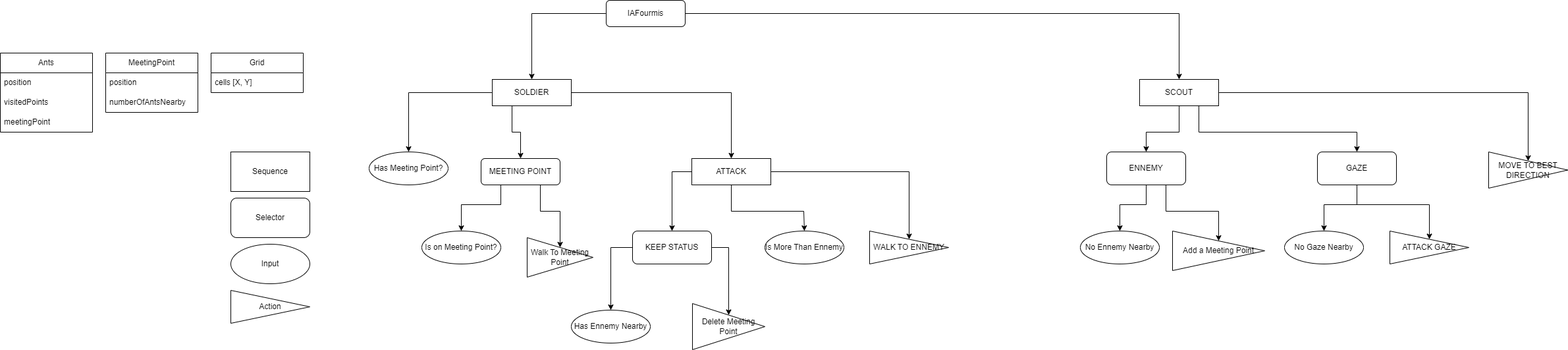
This is IAFourmis.drawio.png from Daxxas/ants_bot, a draw.io export, as it was before one commit. Source tidied: cells renumbered, new cells last; positions are measured from the earlier drawing's top-left corner, leaving out a move shared by most shapes.
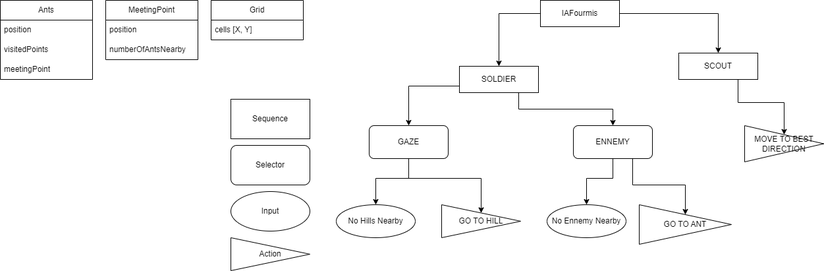
The same file after the commit.

The edit, as a diff of the source:
```diff
@@ -2,135 +2,40 @@
   <root>
     <mxCell id="0" />
     <mxCell id="1" parent="0" />
-    <mxCell id="2" value="IAFourmis" style="rounded=1;whiteSpace=wrap;html=1;" parent="1" vertex="1">
-      <mxGeometry x="920" width="120" height="40" as="geometry" />
+    <mxCell id="2" value="IAFourmis" style="rounded=1;whiteSpace=wrap;html=1;arcSize=0;" parent="1" vertex="1">
+      <mxGeometry x="570" y="70" width="120" height="40" as="geometry" />
     </mxCell>
+    <mxCell id="54" style="edgeStyle=orthogonalEdgeStyle;rounded=0;jettySize=auto;html=1;exitX=0.75;exitY=1;exitDx=0;exitDy=0;" parent="1" edge="1" source="3" target="38">
+      <mxGeometry relative="1" as="geometry" />
+    </mxCell>
+    <mxCell id="55" style="edgeStyle=orthogonalEdgeStyle;rounded=0;jettySize=auto;html=1;exitX=0;exitY=0.75;exitDx=0;exitDy=0;entryX=0.5;entryY=0;entryDx=0;entryDy=0;" parent="1" edge="1" source="3" target="42">
+      <mxGeometry relative="1" as="geometry" />
+    </mxCell>
     <mxCell id="3" value="SOLDIER" style="rounded=1;whiteSpace=wrap;html=1;arcSize=0;" parent="1" vertex="1">
-      <mxGeometry x="747" y="120" width="120" height="40" as="geometry" />
+      <mxGeometry x="447" y="170" width="120" height="40" as="geometry" />
     </mxCell>
     <mxCell id="4" style="endArrow=classic;html=1;rounded=0;exitX=0;exitY=0.5;exitDx=0;exitDy=0;entryX=0.5;entryY=0;entryDx=0;entryDy=0;" parent="1" edge="1" source="2" target="3">
       <mxGeometry relative="1" as="geometry">
         <Array as="points">
-          <mxPoint x="807" y="20" />
+          <mxPoint x="507" y="90" />
         </Array>
       </mxGeometry>
     </mxCell>
-    <mxCell id="5" value="Has Meeting Point?" style="ellipse;whiteSpace=wrap;html=1;" parent="1" vertex="1">
-      <mxGeometry x="560" y="230" width="120" height="50" as="geometry" />
-    </mxCell>
-    <mxCell id="6" style="endArrow=classic;html=1;rounded=0;exitX=0;exitY=0.5;exitDx=0;exitDy=0;entryX=0.5;entryY=0;entryDx=0;entryDy=0;" parent="1" edge="1" source="3" target="5">
-      <mxGeometry relative="1" as="geometry">
-        <Array as="points">
-          <mxPoint x="620" y="140" />
-        </Array>
-      </mxGeometry>
-    </mxCell>
-    <mxCell id="7" value="MEETING POINT" style="rounded=1;whiteSpace=wrap;html=1;" parent="1" vertex="1">
-      <mxGeometry x="730" y="240" width="120" height="40" as="geometry" />
-    </mxCell>
-    <mxCell id="8" style="endArrow=classic;html=1;rounded=0;exitX=0.25;exitY=1;exitDx=0;exitDy=0;entryX=0.5;entryY=0;entryDx=0;entryDy=0;" parent="1" edge="1" source="3" target="7">
-      <mxGeometry relative="1" as="geometry">
-        <Array as="points">
-          <mxPoint x="777" y="200" />
-          <mxPoint x="790" y="200" />
-        </Array>
-      </mxGeometry>
-    </mxCell>
-    <mxCell id="9" value="Is on Meeting Point?" style="ellipse;whiteSpace=wrap;html=1;" parent="1" vertex="1">
-      <mxGeometry x="640" y="350" width="120" height="50" as="geometry" />
-    </mxCell>
-    <mxCell id="10" style="endArrow=classic;html=1;rounded=0;exitX=0.25;exitY=1;exitDx=0;exitDy=0;entryX=0.5;entryY=0;entryDx=0;entryDy=0;" parent="1" edge="1" source="7" target="9">
-      <mxGeometry relative="1" as="geometry">
-        <Array as="points">
-          <mxPoint x="760" y="310" />
-          <mxPoint x="700" y="310" />
-        </Array>
-      </mxGeometry>
-    </mxCell>
-    <mxCell id="11" value="Walk To Meeting Point" style="triangle;whiteSpace=wrap;html=1;" parent="1" vertex="1">
-      <mxGeometry x="800" y="360" width="100" height="60" as="geometry" />
-    </mxCell>
-    <mxCell id="12" style="endArrow=classic;html=1;rounded=0;exitX=0.75;exitY=1;exitDx=0;exitDy=0;entryX=0.5;entryY=0;entryDx=0;entryDy=0;" parent="1" edge="1" source="7" target="11">
-      <mxGeometry relative="1" as="geometry">
-        <Array as="points">
-          <mxPoint x="820" y="320" />
-          <mxPoint x="850" y="320" />
-        </Array>
-      </mxGeometry>
-    </mxCell>
-    <mxCell id="13" value="ATTACK" style="rounded=1;whiteSpace=wrap;html=1;arcSize=0;" parent="1" vertex="1">
-      <mxGeometry x="1050" y="240" width="120" height="40" as="geometry" />
-    </mxCell>
-    <mxCell id="14" style="endArrow=classic;html=1;rounded=0;exitX=1;exitY=0.5;exitDx=0;exitDy=0;entryX=0.5;entryY=0;entryDx=0;entryDy=0;" parent="1" edge="1" source="3" target="13">
-      <mxGeometry relative="1" as="geometry">
-        <Array as="points">
-          <mxPoint x="1110" y="140" />
-        </Array>
-      </mxGeometry>
-    </mxCell>
-    <mxCell id="15" value="KEEP STATUS" style="rounded=1;whiteSpace=wrap;html=1;" parent="1" vertex="1">
-      <mxGeometry x="960" y="350" width="120" height="50" as="geometry" />
-    </mxCell>
-    <mxCell id="16" style="endArrow=classic;html=1;rounded=0;exitX=0;exitY=0.5;exitDx=0;exitDy=0;entryX=0.5;entryY=0;entryDx=0;entryDy=0;" parent="1" edge="1" source="13" target="15">
-      <mxGeometry relative="1" as="geometry">
-        <Array as="points">
-          <mxPoint x="1020" y="260" />
-        </Array>
-      </mxGeometry>
-    </mxCell>
-    <mxCell id="17" value="Has Ennemy Nearby" style="ellipse;whiteSpace=wrap;html=1;" parent="1" vertex="1">
-      <mxGeometry x="867" y="470" width="120" height="50" as="geometry" />
-    </mxCell>
-    <mxCell id="18" style="endArrow=classic;html=1;rounded=0;exitX=0;exitY=0.5;exitDx=0;exitDy=0;entryX=0.5;entryY=0;entryDx=0;entryDy=0;" parent="1" edge="1" source="15" target="17">
-      <mxGeometry relative="1" as="geometry">
-        <Array as="points">
-          <mxPoint x="927" y="375" />
-        </Array>
-      </mxGeometry>
-    </mxCell>
-    <mxCell id="19" value="Delete Meeting Point" style="triangle;whiteSpace=wrap;html=1;" parent="1" vertex="1">
-      <mxGeometry x="1051" y="460" width="110" height="70" as="geometry" />
-    </mxCell>
-    <mxCell id="20" style="endArrow=classic;html=1;rounded=0;exitX=1;exitY=0.5;exitDx=0;exitDy=0;entryX=0.5;entryY=0;entryDx=0;entryDy=0;" parent="1" edge="1" source="15" target="19">
-      <mxGeometry relative="1" as="geometry">
-        <Array as="points">
-          <mxPoint x="1106" y="375" />
-        </Array>
-      </mxGeometry>
-    </mxCell>
-    <mxCell id="21" value="Is More Than Ennemy" style="ellipse;whiteSpace=wrap;html=1;" parent="1" vertex="1">
-      <mxGeometry x="1161" y="350" width="120" height="50" as="geometry" />
-    </mxCell>
-    <mxCell id="22" style="endArrow=classic;html=1;rounded=0;exitX=0.5;exitY=1;exitDx=0;exitDy=0;entryX=0.5;entryY=0;entryDx=0;entryDy=0;" parent="1" edge="1" source="13" target="21">
-      <mxGeometry relative="1" as="geometry">
-        <Array as="points">
-          <mxPoint x="1110" y="320" />
-          <mxPoint x="1220" y="320" />
-        </Array>
-      </mxGeometry>
-    </mxCell>
-    <mxCell id="23" value="WALK TO ENNEMY" style="triangle;whiteSpace=wrap;html=1;" parent="1" vertex="1">
-      <mxGeometry x="1320" y="350" width="120" height="50" as="geometry" />
-    </mxCell>
-    <mxCell id="24" style="endArrow=classic;html=1;rounded=0;exitX=1;exitY=0.5;exitDx=0;exitDy=0;entryX=0.5;entryY=0;entryDx=0;entryDy=0;" parent="1" edge="1" source="13" target="23">
-      <mxGeometry relative="1" as="geometry">
-        <Array as="points">
-          <mxPoint x="1380" y="260" />
-        </Array>
-      </mxGeometry>
-    </mxCell>
+    <mxCell id="49" style="edgeStyle=orthogonalEdgeStyle;rounded=0;jettySize=auto;html=1;exitX=0.75;exitY=1;exitDx=0;exitDy=0;entryX=0.5;entryY=0;entryDx=0;entryDy=0;" parent="1" edge="1" source="25" target="48">
+      <mxGeometry relative="1" as="geometry" />
+    </mxCell>
     <mxCell id="25" value="SCOUT" style="rounded=0;whiteSpace=wrap;html=1;" parent="1" vertex="1">
-      <mxGeometry x="1730" y="120" width="120" height="40" as="geometry" />
+      <mxGeometry x="780" y="150" width="120" height="40" as="geometry" />
     </mxCell>
     <mxCell id="26" style="endArrow=classic;html=1;rounded=0;exitX=1;exitY=0.5;exitDx=0;exitDy=0;entryX=0.5;entryY=0;entryDx=0;entryDy=0;" parent="1" edge="1" source="2" target="25">
       <mxGeometry relative="1" as="geometry">
         <Array as="points">
-          <mxPoint x="1790" y="20" />
+          <mxPoint x="840" y="90" />
         </Array>
       </mxGeometry>
     </mxCell>
     <mxCell id="27" value="Ants" style="swimlane;fontStyle=0;horizontal=1;startSize=30;whiteSpace=wrap;html=1;" parent="1" vertex="1">
-      <mxGeometry y="80" width="140" height="120" as="geometry" />
+      <mxGeometry x="-250" y="70" width="140" height="120" as="geometry" />
     </mxCell>
     <mxCell id="28" value="position" style="text;strokeColor=none;fillColor=none;align=left;verticalAlign=middle;spacingLeft=4;spacingRight=4;overflow=hidden;whiteSpace=wrap;html=1;" parent="27" vertex="1">
       <mxGeometry y="30" width="140" height="30" as="geometry" />
@@ -142,7 +47,7 @@
       <mxGeometry y="90" width="140" height="30" as="geometry" />
     </mxCell>
     <mxCell id="31" value="MeetingPoint" style="swimlane;fontStyle=0;horizontal=1;startSize=30;whiteSpace=wrap;html=1;" parent="1" vertex="1">
-      <mxGeometry x="160" y="80" width="140" height="90" as="geometry" />
+      <mxGeometry x="-90" y="70" width="140" height="90" as="geometry" />
     </mxCell>
     <mxCell id="32" value="position" style="text;strokeColor=none;fillColor=none;align=left;verticalAlign=middle;spacingLeft=4;spacingRight=4;overflow=hidden;whiteSpace=wrap;html=1;" parent="31" vertex="1">
       <mxGeometry y="30" width="140" height="30" as="geometry" />
@@ -151,98 +56,75 @@
       <mxGeometry y="60" width="140" height="30" as="geometry" />
     </mxCell>
     <mxCell id="34" value="Grid" style="swimlane;fontStyle=0;horizontal=1;startSize=30;whiteSpace=wrap;html=1;" parent="1" vertex="1">
-      <mxGeometry x="320" y="80" width="140" height="60" as="geometry" />
+      <mxGeometry x="70" y="70" width="140" height="60" as="geometry" />
     </mxCell>
     <mxCell id="35" value="cells [X, Y]" style="text;strokeColor=none;fillColor=none;align=left;verticalAlign=middle;spacingLeft=4;spacingRight=4;overflow=hidden;whiteSpace=wrap;html=1;" parent="34" vertex="1">
       <mxGeometry y="30" width="140" height="30" as="geometry" />
     </mxCell>
-    <mxCell id="36" value="No Ennemy Nearby" style="ellipse;whiteSpace=wrap;html=1;" parent="1" vertex="1">
-      <mxGeometry x="1640" y="350" width="120" height="50" as="geometry" />
-    </mxCell>
-    <mxCell id="37" style="endArrow=classic;html=1;rounded=0;entryX=0.5;entryY=0;entryDx=0;entryDy=0;exitX=0.5;exitY=1;exitDx=0;exitDy=0;" parent="1" edge="1" source="38" target="36">
-      <mxGeometry relative="1" as="geometry">
-        <Array as="points">
-          <mxPoint x="1740" y="310" />
-          <mxPoint x="1700" y="310" />
-        </Array>
-      </mxGeometry>
-    </mxCell>
-    <mxCell id="38" value="ENNEMY" style="rounded=1;whiteSpace=wrap;html=1;" parent="1" vertex="1">
-      <mxGeometry x="1680" y="230" width="120" height="50" as="geometry" />
-    </mxCell>
-    <mxCell id="39" value="Add a Meeting Point" style="triangle;whiteSpace=wrap;html=1;" parent="1" vertex="1">
-      <mxGeometry x="1780" y="350" width="140" height="60" as="geometry" />
-    </mxCell>
-    <mxCell id="40" style="endArrow=classic;html=1;rounded=0;exitX=0.75;exitY=1;exitDx=0;exitDy=0;entryX=0.5;entryY=0;entryDx=0;entryDy=0;" parent="1" edge="1" source="38" target="39">
-      <mxGeometry relative="1" as="geometry">
-        <Array as="points">
-          <mxPoint x="1770" y="320" />
-          <mxPoint x="1850" y="320" />
-        </Array>
-      </mxGeometry>
-    </mxCell>
-    <mxCell id="41" style="endArrow=classic;html=1;rounded=0;exitX=0.5;exitY=1;exitDx=0;exitDy=0;entryX=0.5;entryY=0;entryDx=0;entryDy=0;" parent="1" edge="1" source="25" target="38">
-      <mxGeometry relative="1" as="geometry">
-        <Array as="points">
-          <mxPoint x="1790" y="200" />
-          <mxPoint x="1740" y="200" />
-        </Array>
-      </mxGeometry>
-    </mxCell>
-    <mxCell id="42" value="GAZE" style="rounded=1;whiteSpace=wrap;html=1;" parent="1" vertex="1">
-      <mxGeometry x="2000" y="230" width="120" height="50" as="geometry" />
-    </mxCell>
-    <mxCell id="43" value="No Gaze Nearby" style="ellipse;whiteSpace=wrap;html=1;" parent="1" vertex="1">
-      <mxGeometry x="1950" y="350" width="120" height="50" as="geometry" />
-    </mxCell>
-    <mxCell id="44" value="ATTACK GAZE" style="triangle;whiteSpace=wrap;html=1;" parent="1" vertex="1">
-      <mxGeometry x="2110" y="350" width="120" height="50" as="geometry" />
-    </mxCell>
-    <mxCell id="45" style="endArrow=classic;html=1;rounded=0;exitX=0.5;exitY=1;exitDx=0;exitDy=0;entryX=0.5;entryY=0;entryDx=0;entryDy=0;" parent="1" edge="1" source="42" target="43">
-      <mxGeometry relative="1" as="geometry">
-        <Array as="points">
-          <mxPoint x="2060" y="310" />
-          <mxPoint x="2010" y="310" />
-        </Array>
-      </mxGeometry>
-    </mxCell>
-    <mxCell id="46" style="endArrow=classic;html=1;rounded=0;exitX=0.5;exitY=1;exitDx=0;exitDy=0;entryX=0.5;entryY=0;entryDx=0;entryDy=0;" parent="1" edge="1" source="42" target="44">
-      <mxGeometry relative="1" as="geometry">
-        <Array as="points">
-          <mxPoint x="2060" y="310" />
-          <mxPoint x="2170" y="310" />
-        </Array>
-      </mxGeometry>
-    </mxCell>
-    <mxCell id="47" style="endArrow=classic;html=1;rounded=0;exitX=0.75;exitY=1;exitDx=0;exitDy=0;entryX=0.5;entryY=0;entryDx=0;entryDy=0;" parent="1" edge="1" source="25" target="42">
-      <mxGeometry relative="1" as="geometry">
-        <Array as="points">
-          <mxPoint x="1820" y="200" />
-          <mxPoint x="2060" y="200" />
-        </Array>
-      </mxGeometry>
-    </mxCell>
     <mxCell id="48" value="MOVE TO BEST DIRECTION" style="triangle;whiteSpace=wrap;html=1;" parent="1" vertex="1">
-      <mxGeometry x="2260" y="230" width="120" height="55" as="geometry" />
+      <mxGeometry x="880" y="260" width="120" height="55" as="geometry" />
     </mxCell>
-    <mxCell id="49" style="endArrow=classic;html=1;rounded=0;exitX=1;exitY=0.5;exitDx=0;exitDy=0;entryX=0.5;entryY=0;entryDx=0;entryDy=0;" parent="1" edge="1" source="25" target="48">
-      <mxGeometry relative="1" as="geometry">
-        <Array as="points">
-          <mxPoint x="2320" y="140" />
-        </Array>
-      </mxGeometry>
-    </mxCell>
     <mxCell id="50" value="Sequence" style="rounded=0;whiteSpace=wrap;html=1;" parent="1" vertex="1">
-      <mxGeometry x="350" y="230" width="120" height="60" as="geometry" />
+      <mxGeometry x="100" y="220" width="120" height="60" as="geometry" />
     </mxCell>
     <mxCell id="51" value="Selector" style="rounded=1;whiteSpace=wrap;html=1;" parent="1" vertex="1">
-      <mxGeometry x="350" y="300" width="120" height="60" as="geometry" />
+      <mxGeometry x="100" y="290" width="120" height="60" as="geometry" />
     </mxCell>
     <mxCell id="52" value="Input" style="ellipse;whiteSpace=wrap;html=1;" parent="1" vertex="1">
-      <mxGeometry x="350" y="370" width="120" height="60" as="geometry" />
+      <mxGeometry x="100" y="360" width="120" height="60" as="geometry" />
     </mxCell>
     <mxCell id="53" value="Action" style="triangle;whiteSpace=wrap;html=1;" parent="1" vertex="1">
-      <mxGeometry x="350" y="440" width="120" height="50" as="geometry" />
+      <mxGeometry x="100" y="430" width="120" height="50" as="geometry" />
     </mxCell>
+    <mxCell id="42" value="GAZE" style="rounded=1;whiteSpace=wrap;html=1;" parent="1" vertex="1">
+      <mxGeometry x="310" y="260" width="120" height="50" as="geometry" />
+    </mxCell>
+    <mxCell id="56" value="No Hills Nearby" style="ellipse;whiteSpace=wrap;html=1;" parent="1" vertex="1">
+      <mxGeometry x="260" y="380" width="120" height="50" as="geometry" />
+    </mxCell>
+    <mxCell id="57" value="GO TO HILL" style="triangle;whiteSpace=wrap;html=1;" parent="1" vertex="1">
+      <mxGeometry x="420" y="380" width="120" height="50" as="geometry" />
+    </mxCell>
+    <mxCell id="58" style="endArrow=classic;html=1;rounded=0;exitX=0.5;exitY=1;exitDx=0;exitDy=0;entryX=0.5;entryY=0;entryDx=0;entryDy=0;" parent="1" edge="1" source="42" target="56">
+      <mxGeometry relative="1" as="geometry">
+        <Array as="points">
+          <mxPoint x="370" y="340" />
+          <mxPoint x="320" y="340" />
+        </Array>
+      </mxGeometry>
+    </mxCell>
+    <mxCell id="59" style="endArrow=classic;html=1;rounded=0;exitX=0.5;exitY=1;exitDx=0;exitDy=0;entryX=0.5;entryY=0;entryDx=0;entryDy=0;" parent="1" edge="1" source="42" target="57">
+      <mxGeometry relative="1" as="geometry">
+        <Array as="points">
+          <mxPoint x="370" y="340" />
+          <mxPoint x="480" y="340" />
+        </Array>
+      </mxGeometry>
+    </mxCell>
+    <mxCell id="36" value="No Ennemy Nearby" style="ellipse;whiteSpace=wrap;html=1;" parent="1" vertex="1">
+      <mxGeometry x="580" y="380" width="120" height="50" as="geometry" />
+    </mxCell>
+    <mxCell id="37" style="endArrow=classic;html=1;rounded=0;entryX=0.5;entryY=0;entryDx=0;entryDy=0;exitX=0.5;exitY=1;exitDx=0;exitDy=0;" parent="1" edge="1" source="38" target="36">
+      <mxGeometry relative="1" as="geometry">
+        <Array as="points">
+          <mxPoint x="680" y="340" />
+          <mxPoint x="640" y="340" />
+        </Array>
+      </mxGeometry>
+    </mxCell>
+    <mxCell id="38" value="ENNEMY" style="rounded=1;whiteSpace=wrap;html=1;" parent="1" vertex="1">
+      <mxGeometry x="620" y="260" width="120" height="50" as="geometry" />
+    </mxCell>
+    <mxCell id="60" value="GO TO ANT" style="triangle;whiteSpace=wrap;html=1;" parent="1" vertex="1">
+      <mxGeometry x="720" y="380" width="140" height="60" as="geometry" />
+    </mxCell>
+    <mxCell id="61" style="endArrow=classic;html=1;rounded=0;exitX=0.75;exitY=1;exitDx=0;exitDy=0;entryX=0.5;entryY=0;entryDx=0;entryDy=0;" parent="1" edge="1" source="38" target="60">
+      <mxGeometry relative="1" as="geometry">
+        <Array as="points">
+          <mxPoint x="710" y="350" />
+          <mxPoint x="790" y="350" />
+        </Array>
+      </mxGeometry>
+    </mxCell>
   </root>
 </mxGraphModel>
```
